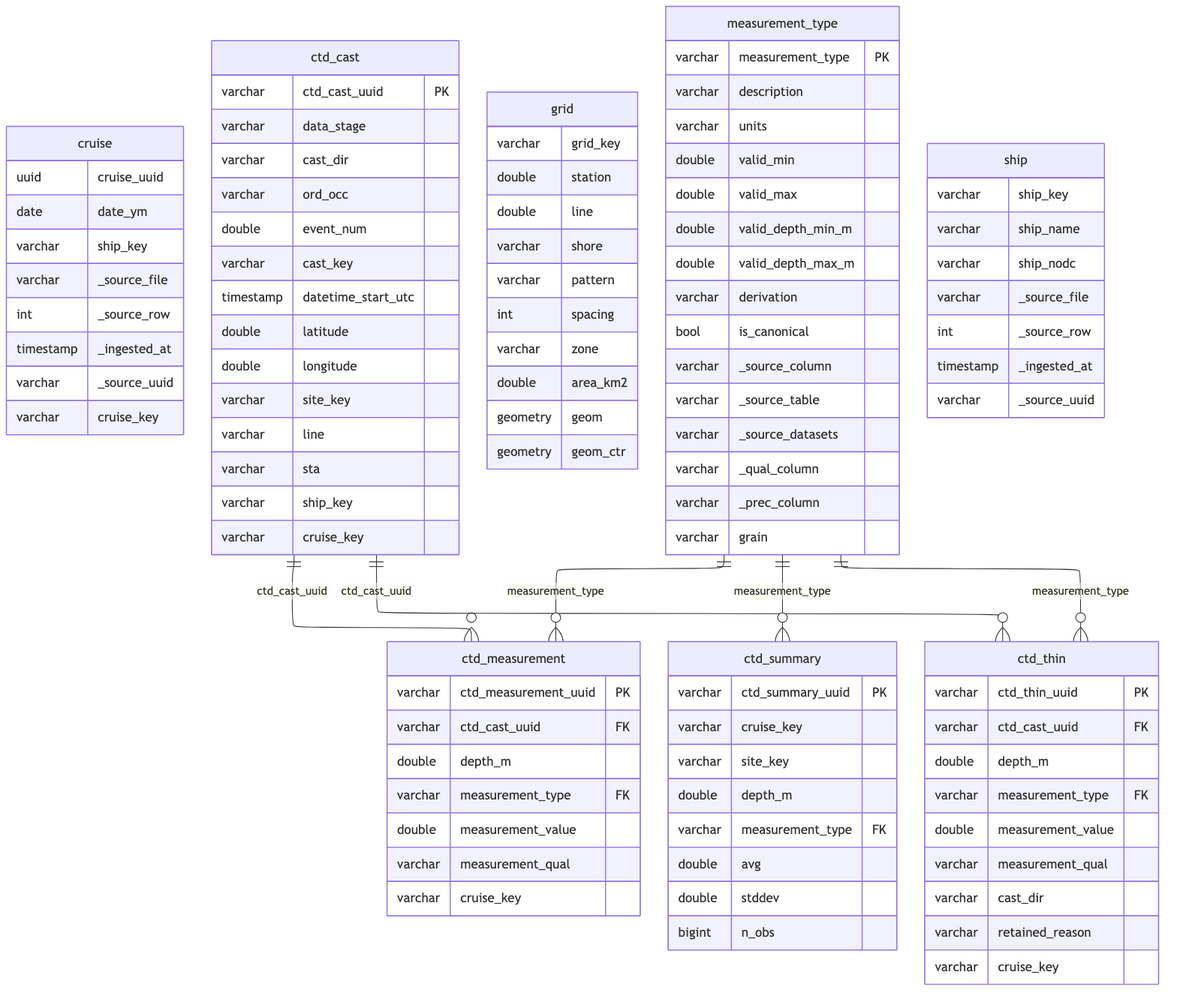
Earlier version of the Mermaid export _output/ingest_calcofi_ctd-cast_files/figure-html/schema-1.png (CalCOFI/workflows). Its source is kept beside it as _output/ingest_calcofi_ctd-cast_files/figure-html/schema-1.mmd. Source of this version:
```mermaid
---
config:
  layout: elk
---
erDiagram
    cruise {
        uuid cruise_uuid
        date date_ym
        varchar ship_key
        varchar _source_file
        int _source_row
        timestamp _ingested_at
        varchar _source_uuid
        varchar cruise_key
    }
    ctd_cast {
        varchar ctd_cast_uuid PK
        varchar data_stage
        varchar cast_dir
        varchar ord_occ
        double event_num
        varchar cast_key
        timestamp datetime_start_utc
        double latitude
        double longitude
        varchar site_key
        varchar line
        varchar sta
        varchar ship_key
        varchar cruise_key
    }
    ctd_measurement {
        varchar ctd_measurement_uuid PK
        varchar ctd_cast_uuid FK
        double depth_m
        varchar measurement_type FK
        double measurement_value
        varchar measurement_qual
        varchar cruise_key
    }
    ctd_summary {
        varchar ctd_summary_uuid PK
        varchar cruise_key
        varchar site_key
        double depth_m
        varchar measurement_type FK
        double avg
        double stddev
        bigint n_obs
    }
    ctd_thin {
        varchar ctd_thin_uuid PK
        varchar ctd_cast_uuid FK
        double depth_m
        varchar measurement_type FK
        double measurement_value
        varchar measurement_qual
        varchar cast_dir
        varchar retained_reason
        varchar cruise_key
    }
    grid {
        varchar grid_key
        double station
        double line
        varchar shore
        varchar pattern
        int spacing
        varchar zone
        double area_km2
        geometry geom
        geometry geom_ctr
    }
    measurement_type {
        varchar measurement_type PK
        varchar description
        varchar units
        double valid_min
        double valid_max
        double valid_depth_min_m
        double valid_depth_max_m
        varchar derivation
        bool is_canonical
        varchar _source_column
        varchar _source_table
        varchar _source_datasets
        varchar _qual_column
        varchar _prec_column
        varchar grain
    }
    ship {
        varchar ship_key
        varchar ship_name
        varchar ship_nodc
        varchar _source_file
        int _source_row
        timestamp _ingested_at
        varchar _source_uuid
    }
    ctd_cast ||--o{ ctd_measurement : "ctd_cast_uuid"
    ctd_cast ||--o{ ctd_thin : "ctd_cast_uuid"
    measurement_type ||--o{ ctd_measurement : "measurement_type"
    measurement_type ||--o{ ctd_thin : "measurement_type"
    measurement_type ||--o{ ctd_summary : "measurement_type"
```
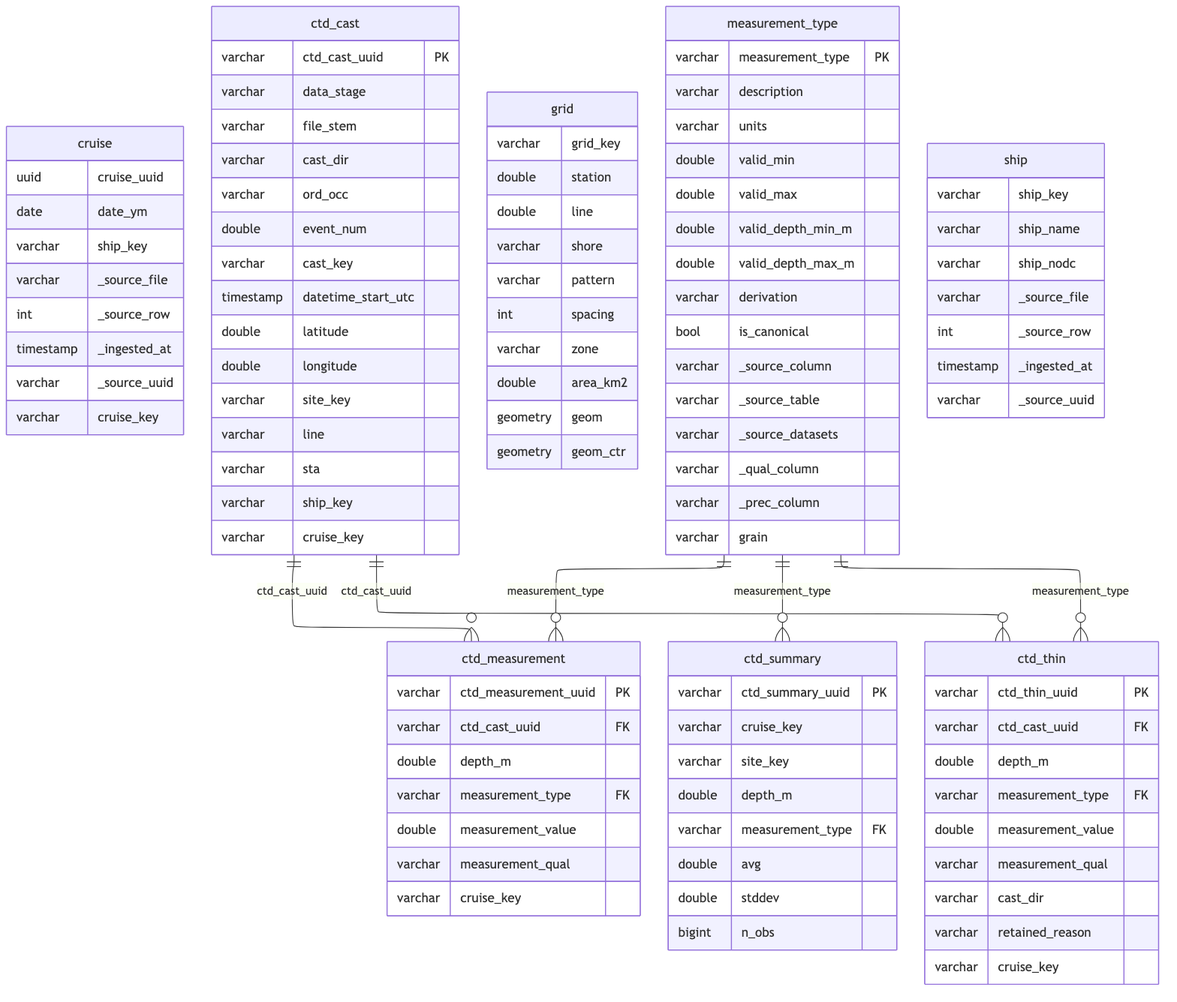
After the change.

Change to the diagram source:
```diff
@@ -16,6 +16,7 @@
     ctd_cast {
         varchar ctd_cast_uuid PK
         varchar data_stage
+        varchar file_stem
         varchar cast_dir
         varchar ord_occ
         double event_num
```
